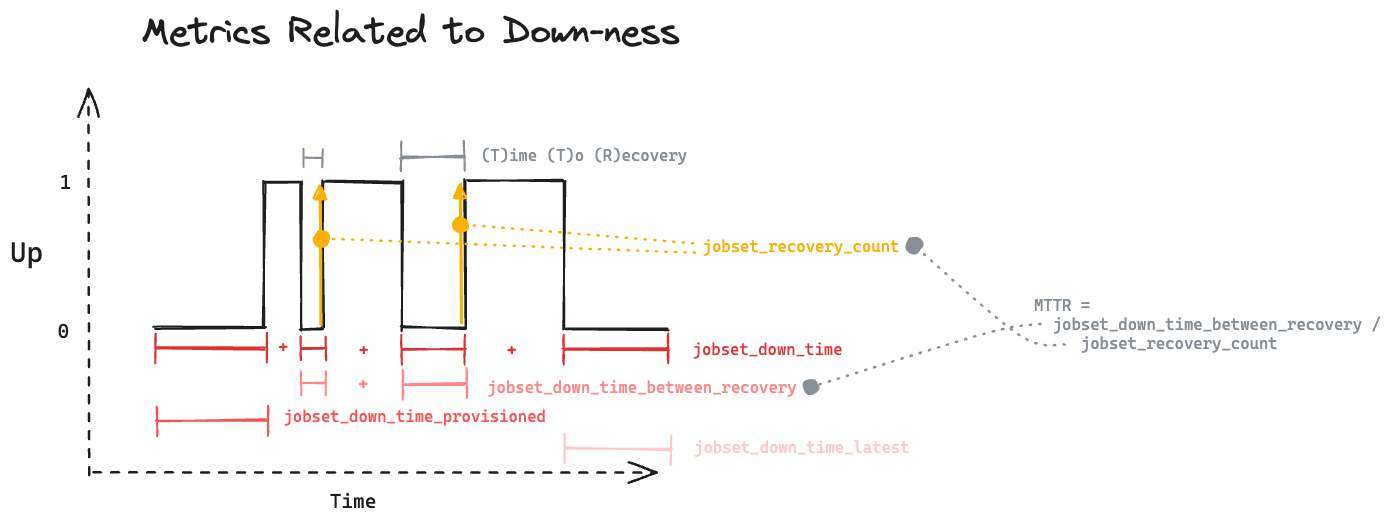
Before: docs/diagrams/downness-metrics.excalidraw.png, a diagram exported from Excalidraw (nstogner/megamon). Source tidied: one line per element, renumbered; positions are measured from the earlier drawing's top-left corner, leaving out a move shared by most shapes.
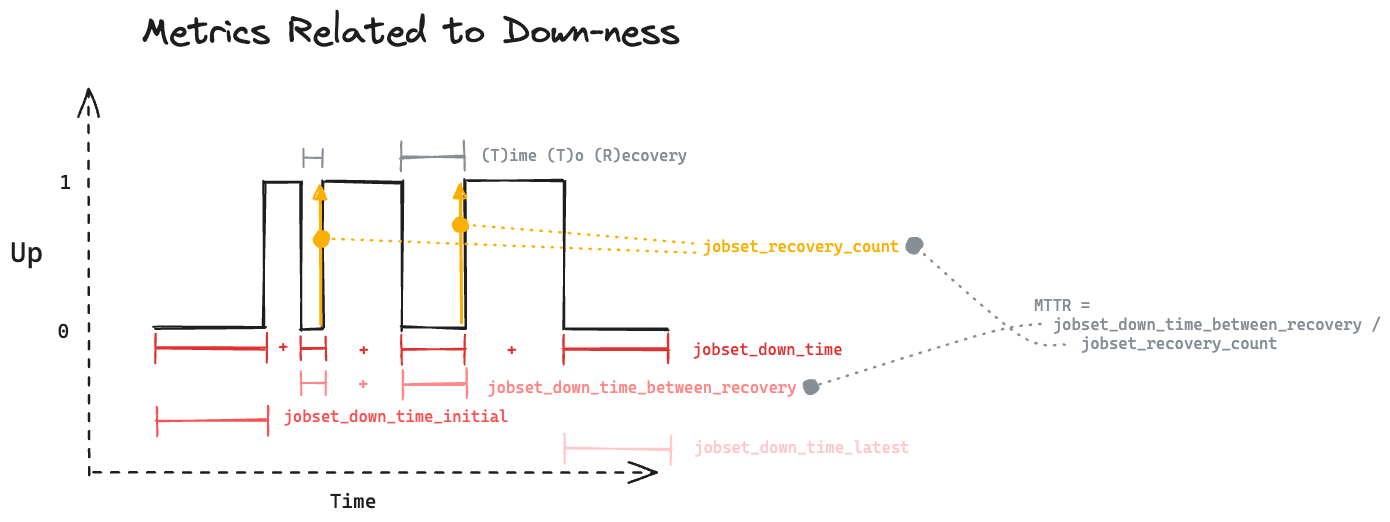
The same diagram one commit later.

What changed in the source:
```diff
@@ -35,7 +35,7 @@
 {"id": 34, "type": "text", "text": "jobset_down_time_latest", "strokeColor": "#ffc9c9", "strokeWidth": 2, "roughness": 1, "fontSize": 16, "fontFamily": 3, "x": 684, "y": 428, "width": 216, "height": 19}
 {"id": 35, "type": "arrow", "strokeColor": "#ffc9c9", "strokeWidth": 2, "roughness": 1, "startArrowhead": "bar", "endArrowhead": "bar", "round": true, "x": 555, "y": 439, "width": 106, "height": 0, "points": [[0, 0], [106, 0]]}
 {"id": 36, "type": "arrow", "strokeColor": "#fa5252", "strokeWidth": 2, "roughness": 1, "startArrowhead": "bar", "endArrowhead": "bar", "round": true, "x": 147, "y": 410, "width": 110, "height": 1, "points": [[0, 0], [110, -1]]}
-{"id": 37, "type": "text", "text": "jobset_down_time_provisioned", "strokeColor": "#fa5252", "strokeWidth": 2, "roughness": 1, "fontSize": 16, "fontFamily": 3, "x": 273, "y": 397, "width": 262, "height": 19}
+{"id": 37, "type": "text", "text": "jobset_down_time_initial", "strokeColor": "#fa5252", "strokeWidth": 2, "roughness": 1, "fontSize": 16, "fontFamily": 3, "x": 273, "y": 397, "width": 225, "height": 19}
 {"id": 38, "type": "arrow", "strokeColor": "#868e96", "strokeWidth": 2, "roughness": 1, "startArrowhead": "bar", "endArrowhead": "bar", "round": true, "to": 40, "x": 391, "y": 147, "width": 64, "height": 0, "points": [[0, 0], [64, 0]]}
 {"id": 39, "type": "arrow", "strokeColor": "#868e96", "strokeWidth": 2, "roughness": 1, "startArrowhead": "bar", "endArrowhead": "bar", "round": true, "x": 294, "y": 148, "width": 18, "height": 1, "points": [[0, 0], [18, 1]]}
 {"id": 40, "type": "text", "text": "(T)ime (T)o (R)ecovery", "strokeColor": "#868e96", "backgroundColor": "#fab005", "fillStyle": "solid", "strokeWidth": 2, "roughness": 1, "fontSize": 16, "fontFamily": 3, "x": 471, "y": 136, "width": 206, "height": 19}
```
